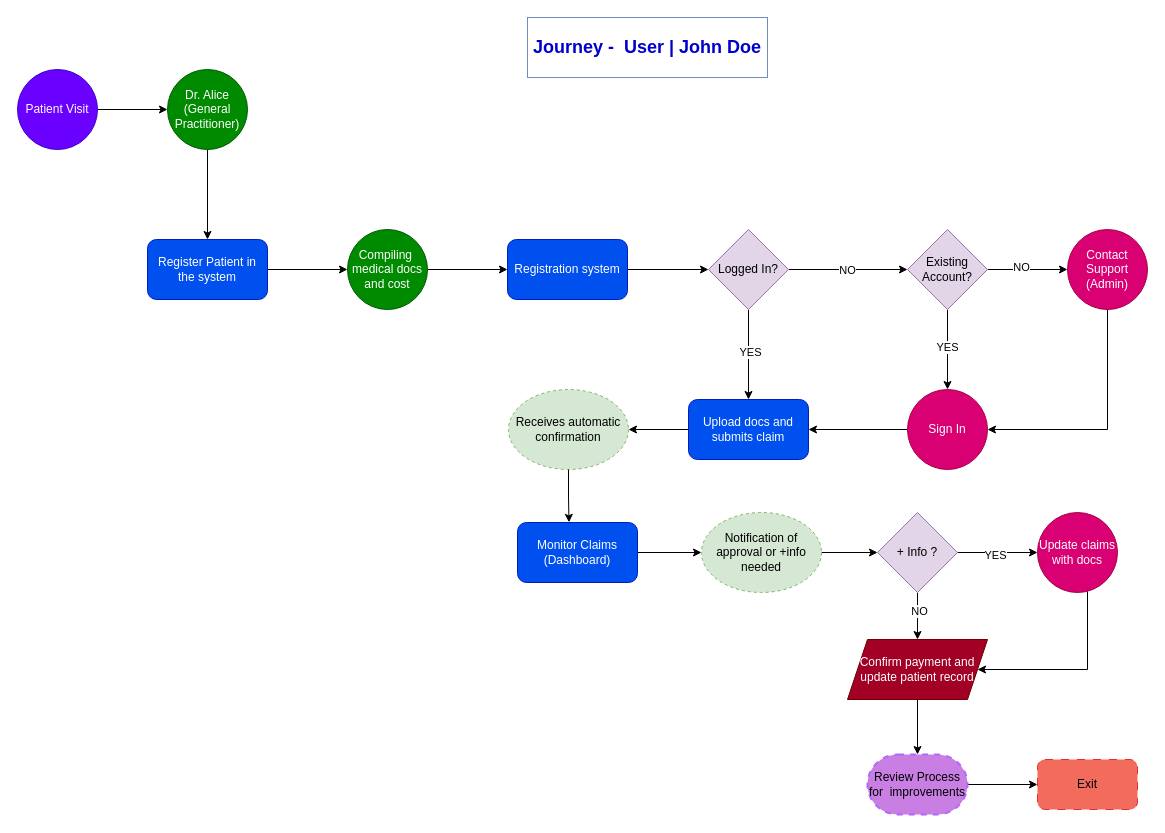
This is User John Doe Journey.drawio from dabiko/draw-io, a draw.io file, before an edit. Source tidied: cells renumbered, new cells numbered last; positions are measured from the earlier drawing's top-left corner, leaving out a move shared by most shapes. Both pictures are drawn from the tidied source at 100%, with x=0, y=0 at pixel (17, 17).
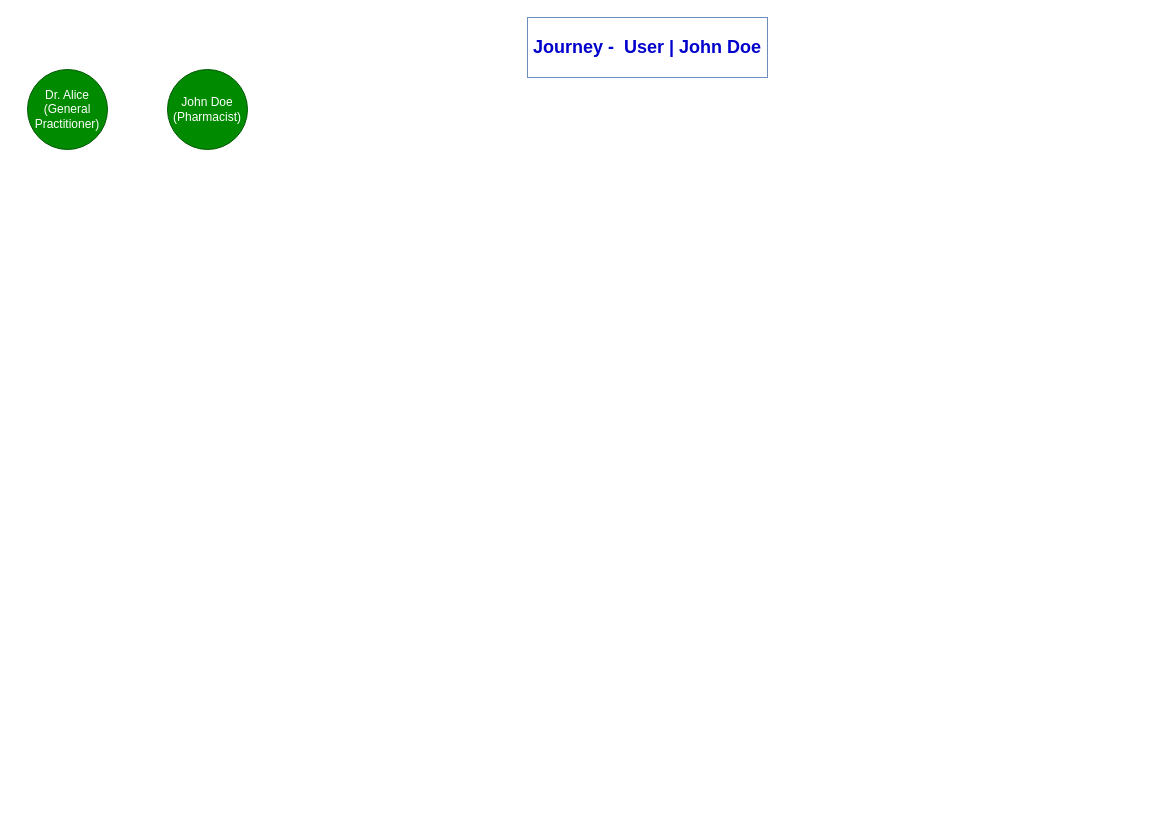
The same diagram, later.

What changed in the source:
```diff
@@
-    <mxCell id="3" style="edgeStyle=orthogonalEdgeStyle;rounded=0;jettySize=auto;html=1;entryX=0.5;entryY=0;entryDx=0;entryDy=0;" parent="1" edge="1" source="4" target="8">
-      <mxGeometry relative="1" as="geometry" />
-    </mxCell>
-    <mxCell id="4" value="&lt;div style=&quot;&quot;&gt;&lt;span style=&quot;background-color: initial;&quot;&gt;Dr. Alice (General Practitioner)&lt;/span&gt;&lt;/div&gt;" style="ellipse;whiteSpace=wrap;html=1;fillColor=#008a00;strokeColor=#005700;fontColor=#ffffff;align=center;" parent="1" vertex="1">
+    <mxCell id="4" value="&lt;div style=&quot;&quot;&gt;&lt;span style=&quot;background-color: initial;&quot;&gt;John Doe (Pharmacist)&lt;/span&gt;&lt;/div&gt;" style="ellipse;whiteSpace=wrap;html=1;fillColor=#008a00;strokeColor=#005700;fontColor=#ffffff;align=center;" parent="1" vertex="1">
       <mxGeometry x="150" y="52" width="80" height="80" as="geometry" />
     </mxCell>
-    <mxCell id="5" style="edgeStyle=orthogonalEdgeStyle;rounded=0;jettySize=auto;html=1;entryX=0;entryY=0.5;entryDx=0;entryDy=0;" parent="1" edge="1" source="6" target="4">
-      <mxGeometry relative="1" as="geometry" />
-    </mxCell>
-    <mxCell id="6" value="Patient Visit" style="ellipse;whiteSpace=wrap;html=1;fillColor=#6a00ff;strokeColor=#3700CC;fontColor=#ffffff;" parent="1" vertex="1">
-      <mxGeometry y="52" width="80" height="80" as="geometry" />
-    </mxCell>
-    <mxCell id="7" style="edgeStyle=orthogonalEdgeStyle;rounded=0;jettySize=auto;html=1;entryX=0;entryY=0.5;entryDx=0;entryDy=0;" parent="1" edge="1" source="8" target="10">
-      <mxGeometry relative="1" as="geometry" />
-    </mxCell>
-    <mxCell id="8" value="Register Patient in the system" style="rounded=1;whiteSpace=wrap;html=1;fillColor=#0050ef;fontColor=#ffffff;strokeColor=#001DBC;" parent="1" vertex="1">
-      <mxGeometry x="130" y="222" width="120" height="60" as="geometry" />
-    </mxCell>
-    <mxCell id="9" style="edgeStyle=orthogonalEdgeStyle;rounded=0;jettySize=auto;html=1;entryX=0;entryY=0.5;entryDx=0;entryDy=0;" parent="1" edge="1" source="10" target="12">
-      <mxGeometry relative="1" as="geometry" />
-    </mxCell>
-    <mxCell id="10" value="Compiling&amp;nbsp; medical docs and cost" style="ellipse;whiteSpace=wrap;html=1;fillColor=#008a00;strokeColor=#005700;fontColor=#ffffff;" parent="1" vertex="1">
-      <mxGeometry x="330" y="212" width="80" height="80" as="geometry" />
-    </mxCell>
-    <mxCell id="11" style="edgeStyle=orthogonalEdgeStyle;rounded=0;jettySize=auto;html=1;entryX=0;entryY=0.5;entryDx=0;entryDy=0;" parent="1" edge="1" source="12" target="17">
-      <mxGeometry relative="1" as="geometry" />
-    </mxCell>
-    <mxCell id="12" value="Registration system" style="rounded=1;whiteSpace=wrap;html=1;fillColor=#0050ef;fontColor=#ffffff;strokeColor=#001DBC;" parent="1" vertex="1">
-      <mxGeometry x="490" y="222" width="120" height="60" as="geometry" />
-    </mxCell>
-    <mxCell id="13" style="edgeStyle=orthogonalEdgeStyle;rounded=0;jettySize=auto;html=1;entryX=0.5;entryY=0;entryDx=0;entryDy=0;" parent="1" edge="1" source="17" target="19">
-      <mxGeometry relative="1" as="geometry" />
-    </mxCell>
-    <mxCell id="14" value="YES" style="edgeLabel;html=1;align=center;verticalAlign=middle;" parent="13" vertex="1">
-      <mxGeometry x="-0.06" y="1" relative="1" as="geometry" />
-    </mxCell>
-    <mxCell id="15" style="edgeStyle=orthogonalEdgeStyle;rounded=0;jettySize=auto;html=1;" parent="1" edge="1" source="17" target="24">
-      <mxGeometry relative="1" as="geometry" />
-    </mxCell>
-    <mxCell id="16" value="NO" style="edgeLabel;html=1;align=center;verticalAlign=middle;" parent="15" vertex="1">
-      <mxGeometry x="-0.03" relative="1" as="geometry" />
-    </mxCell>
-    <mxCell id="17" value="Logged In?" style="rhombus;whiteSpace=wrap;html=1;fillColor=#e1d5e7;strokeColor=#9673a6;" parent="1" vertex="1">
-      <mxGeometry x="691" y="212" width="80" height="80" as="geometry" />
-    </mxCell>
-    <mxCell id="18" style="edgeStyle=orthogonalEdgeStyle;rounded=0;jettySize=auto;html=1;" parent="1" edge="1" source="19" target="29">
-      <mxGeometry relative="1" as="geometry" />
-    </mxCell>
-    <mxCell id="19" value="Upload docs and submits claim" style="rounded=1;whiteSpace=wrap;html=1;fillColor=#0050ef;fontColor=#ffffff;strokeColor=#001DBC;" parent="1" vertex="1">
-      <mxGeometry x="671" y="382" width="120" height="60" as="geometry" />
-    </mxCell>
-    <mxCell id="20" style="edgeStyle=orthogonalEdgeStyle;rounded=0;jettySize=auto;html=1;" parent="1" edge="1" source="24" target="26">
-      <mxGeometry relative="1" as="geometry" />
-    </mxCell>
-    <mxCell id="21" value="YES" style="edgeLabel;html=1;align=center;verticalAlign=middle;" parent="20" vertex="1">
-      <mxGeometry x="-0.08" y="-1" relative="1" as="geometry" />
-    </mxCell>
-    <mxCell id="22" style="edgeStyle=orthogonalEdgeStyle;rounded=0;jettySize=auto;html=1;" parent="1" edge="1" source="24" target="28">
-      <mxGeometry relative="1" as="geometry" />
-    </mxCell>
-    <mxCell id="23" value="NO" style="edgeLabel;html=1;align=center;verticalAlign=middle;" parent="22" vertex="1">
-      <mxGeometry x="-0.2" y="3" relative="1" as="geometry">
-        <mxPoint x="1" as="offset" />
-      </mxGeometry>
-    </mxCell>
-    <mxCell id="24" value="Existing Account?" style="rhombus;whiteSpace=wrap;html=1;fillColor=#e1d5e7;strokeColor=#9673a6;" parent="1" vertex="1">
-      <mxGeometry x="890" y="212" width="80" height="80" as="geometry" />
-    </mxCell>
-    <mxCell id="25" style="edgeStyle=orthogonalEdgeStyle;rounded=0;jettySize=auto;html=1;" parent="1" edge="1" source="26" target="19">
-      <mxGeometry relative="1" as="geometry" />
-    </mxCell>
-    <mxCell id="26" value="Sign In" style="ellipse;whiteSpace=wrap;html=1;fillColor=#d80073;strokeColor=#A50040;fontColor=#ffffff;" parent="1" vertex="1">
-      <mxGeometry x="890" y="372" width="80" height="80" as="geometry" />
-    </mxCell>
-    <mxCell id="27" style="edgeStyle=orthogonalEdgeStyle;rounded=0;jettySize=auto;html=1;entryX=1;entryY=0.5;entryDx=0;entryDy=0;" parent="1" edge="1" source="28" target="26">
-      <mxGeometry relative="1" as="geometry">
-        <Array as="points">
-          <mxPoint x="1090" y="412" />
-        </Array>
-      </mxGeometry>
-    </mxCell>
-    <mxCell id="28" value="Contact Support (Admin)" style="ellipse;whiteSpace=wrap;html=1;fillColor=#d80073;strokeColor=#A50040;fontColor=#ffffff;" parent="1" vertex="1">
-      <mxGeometry x="1050" y="212" width="80" height="80" as="geometry" />
-    </mxCell>
-    <mxCell id="29" value="Receives automatic confirmation" style="ellipse;whiteSpace=wrap;html=1;fillColor=#d5e8d4;strokeColor=#82b366;dashed=1;" parent="1" vertex="1">
-      <mxGeometry x="491" y="372" width="120" height="80" as="geometry" />
-    </mxCell>
-    <mxCell id="30" style="edgeStyle=orthogonalEdgeStyle;rounded=0;jettySize=auto;html=1;entryX=0;entryY=0.5;entryDx=0;entryDy=0;" parent="1" edge="1" source="31" target="33">
-      <mxGeometry relative="1" as="geometry" />
-    </mxCell>
-    <mxCell id="31" value="Monitor Claims (Dashboard)" style="rounded=1;whiteSpace=wrap;html=1;fillColor=#0050ef;fontColor=#ffffff;strokeColor=#001DBC;" parent="1" vertex="1">
-      <mxGeometry x="500" y="505" width="120" height="60" as="geometry" />
-    </mxCell>
-    <mxCell id="32" style="edgeStyle=orthogonalEdgeStyle;rounded=0;jettySize=auto;html=1;" parent="1" edge="1" source="33" target="44">
-      <mxGeometry relative="1" as="geometry" />
-    </mxCell>
-    <mxCell id="33" value="Notification of approval or +info needed" style="ellipse;whiteSpace=wrap;html=1;fillColor=#d5e8d4;strokeColor=#82b366;dashed=1;" parent="1" vertex="1">
-      <mxGeometry x="684" y="495" width="120" height="80" as="geometry" />
-    </mxCell>
-    <mxCell id="34" style="edgeStyle=orthogonalEdgeStyle;rounded=0;jettySize=auto;html=1;" parent="1" edge="1" source="35" target="36">
-      <mxGeometry relative="1" as="geometry" />
-    </mxCell>
-    <mxCell id="35" value="Review Process for&amp;nbsp; improvements" style="strokeWidth=2;html=1;shape=mxgraph.flowchart.terminator;whiteSpace=wrap;fillColor=#c87ee3;dashed=1;strokeColor=#B266FF;" parent="1" vertex="1">
-      <mxGeometry x="850" y="737" width="100" height="60" as="geometry" />
-    </mxCell>
-    <mxCell id="36" value="Exit" style="rounded=1;whiteSpace=wrap;html=1;fillColor=#ef4734;strokeColor=#D71515;dashed=1;dashPattern=8 8;fillStyle=solid;gradientColor=none;opacity=80;" parent="1" vertex="1">
-      <mxGeometry x="1020" y="742" width="100" height="50" as="geometry" />
-    </mxCell>
-    <mxCell id="37" style="edgeStyle=orthogonalEdgeStyle;rounded=0;jettySize=auto;html=1;entryX=0.429;entryY=-0.003;entryDx=0;entryDy=0;entryPerimeter=0;" parent="1" edge="1" source="29" target="31">
-      <mxGeometry relative="1" as="geometry" />
-    </mxCell>
-    <mxCell id="38" style="edgeStyle=orthogonalEdgeStyle;rounded=0;jettySize=auto;html=1;" parent="1" edge="1" source="39" target="35">
-      <mxGeometry relative="1" as="geometry" />
-    </mxCell>
-    <mxCell id="39" value="Confirm payment and update patient record" style="shape=parallelogram;perimeter=parallelogramPerimeter;whiteSpace=wrap;html=1;fixedSize=1;fillColor=#a20025;fontColor=#ffffff;strokeColor=#6F0000;" parent="1" vertex="1">
-      <mxGeometry x="830" y="622" width="140" height="60" as="geometry" />
-    </mxCell>
-    <mxCell id="40" style="edgeStyle=orthogonalEdgeStyle;rounded=0;jettySize=auto;html=1;" parent="1" edge="1" source="44" target="46">
-      <mxGeometry relative="1" as="geometry" />
-    </mxCell>
-    <mxCell id="41" value="YES" style="edgeLabel;html=1;align=center;verticalAlign=middle;" parent="40" vertex="1">
-      <mxGeometry x="-0.07" y="-2" relative="1" as="geometry" />
-    </mxCell>
-    <mxCell id="42" style="edgeStyle=orthogonalEdgeStyle;rounded=0;jettySize=auto;html=1;" parent="1" edge="1" source="44" target="39">
-      <mxGeometry relative="1" as="geometry" />
-    </mxCell>
-    <mxCell id="43" value="NO" style="edgeLabel;html=1;align=center;verticalAlign=middle;" parent="42" vertex="1">
-      <mxGeometry x="-0.25" y="1" relative="1" as="geometry" />
-    </mxCell>
-    <mxCell id="44" value="+ Info ?" style="rhombus;whiteSpace=wrap;html=1;fillColor=#e1d5e7;strokeColor=#9673a6;" parent="1" vertex="1">
-      <mxGeometry x="860" y="495" width="80" height="80" as="geometry" />
-    </mxCell>
-    <mxCell id="45" style="edgeStyle=orthogonalEdgeStyle;rounded=0;jettySize=auto;html=1;" parent="1" edge="1" source="46" target="39">
-      <mxGeometry relative="1" as="geometry">
-        <Array as="points">
-          <mxPoint x="1070" y="652" />
-        </Array>
-      </mxGeometry>
-    </mxCell>
-    <mxCell id="46" value="Update claims with docs" style="ellipse;whiteSpace=wrap;html=1;fillColor=#d80073;strokeColor=#A50040;fontColor=#ffffff;" parent="1" vertex="1">
-      <mxGeometry x="1020" y="495" width="80" height="80" as="geometry" />
-    </mxCell>
+    <mxCell id="47" value="&lt;div style=&quot;&quot;&gt;&lt;span style=&quot;background-color: initial;&quot;&gt;Dr. Alice (General Practitioner)&lt;/span&gt;&lt;/div&gt;" style="ellipse;whiteSpace=wrap;html=1;fillColor=#008a00;strokeColor=#005700;fontColor=#ffffff;align=center;" parent="1" vertex="1">
+      <mxGeometry x="10" y="52" width="80" height="80" as="geometry" />
+    </mxCell>
```
